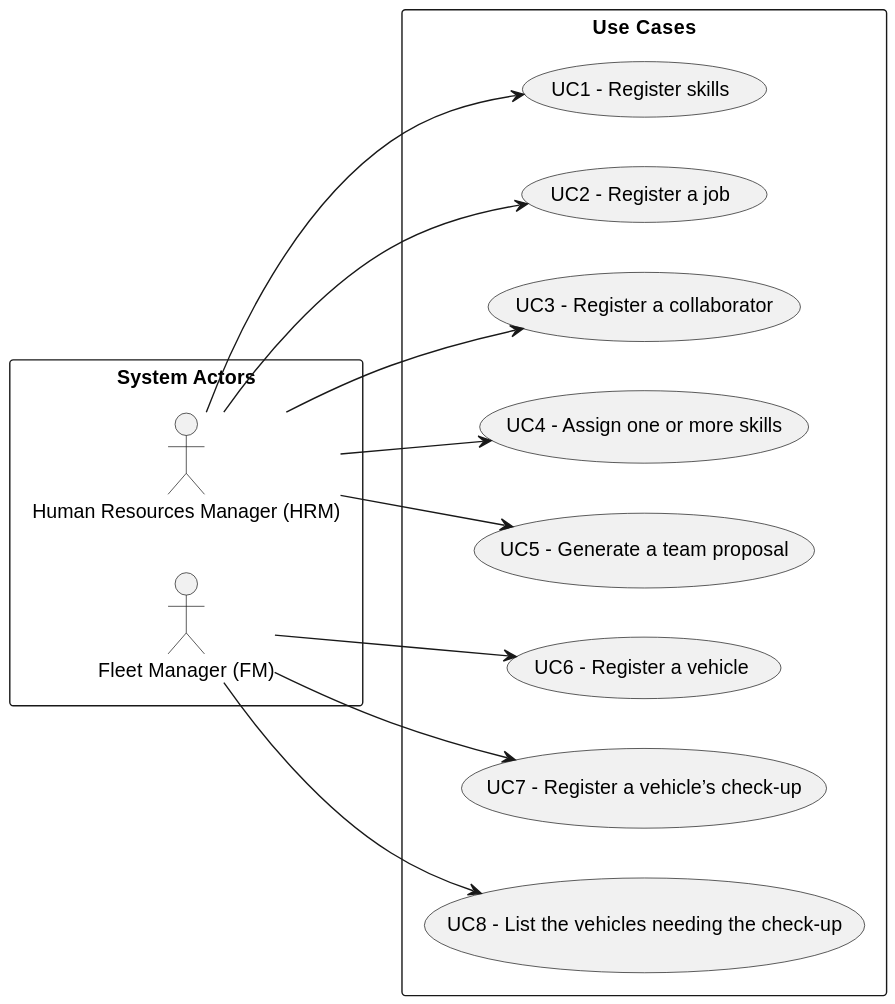
Earlier version of the PlantUML export docs/sprintA/global-artifacts/01.requirements-engineering/svg/use-case-diagram.svg (RicardoMorim/lapr2-ISEP-Project).
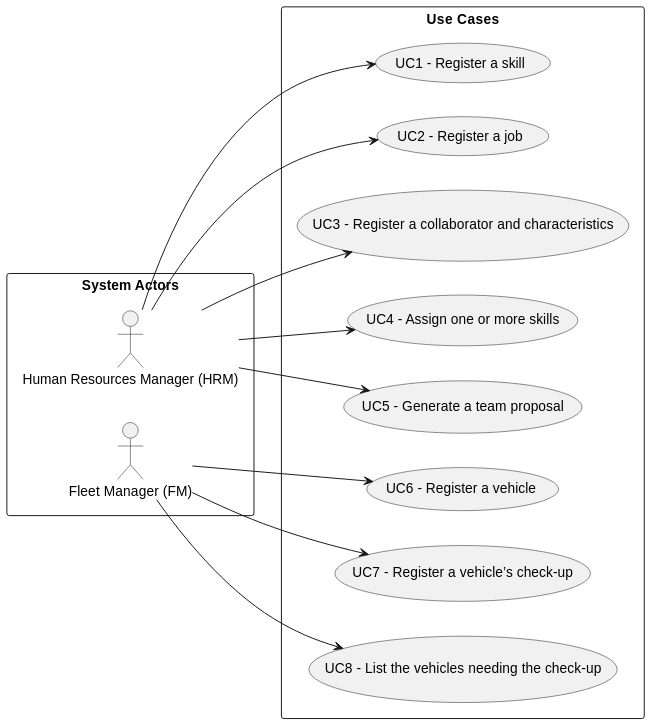
The same file after the commit.

Commit message:
Updated Use Case Diagram of Global Artifacts

Change to the diagram source:
```diff
@@ -7,9 +7,9 @@
 
 }
 rectangle "Use Cases" as usecases{
-    usecase "UC1 - Register skills" as UC1
+    usecase "UC1 - Register a skill" as UC1
     usecase "UC2 - Register a job" as UC2
-    usecase "UC3 - Register a collaborator" as UC3
+    usecase "UC3 - Register a collaborator and characteristics" as UC3
     usecase "UC4 - Assign one or more skills" as UC4
     usecase "UC5 - Generate a team proposal" as UC5
     usecase "UC6 - Register a vehicle" as UC6
```
